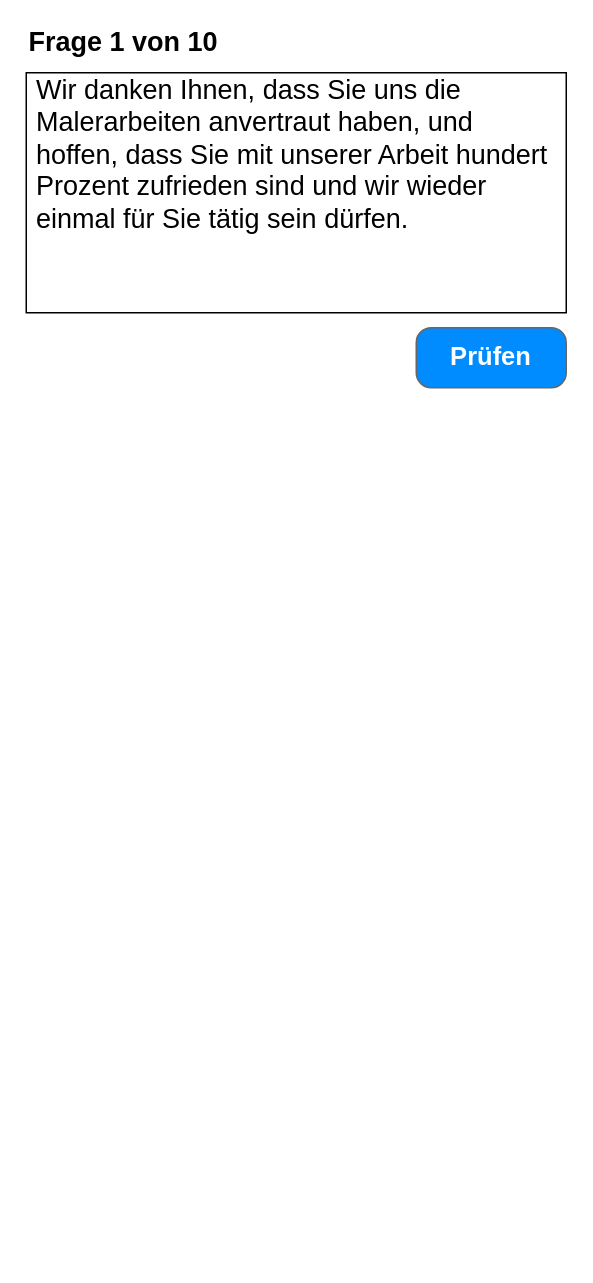
The draw.io diagram diagram/comma-exercice.drawio in patrickamsler/grammar-trainer, before the edit. Source tidied: cells renumbered, new cells numbered last; positions are measured from the earlier drawing's top-left corner, leaving out a move shared by most shapes. Both pictures are drawn from the tidied source at 150%, with x=0, y=0 at pixel (26, 27). Pictures stored in the file or linked from it are replaced by grey dashed boxes.
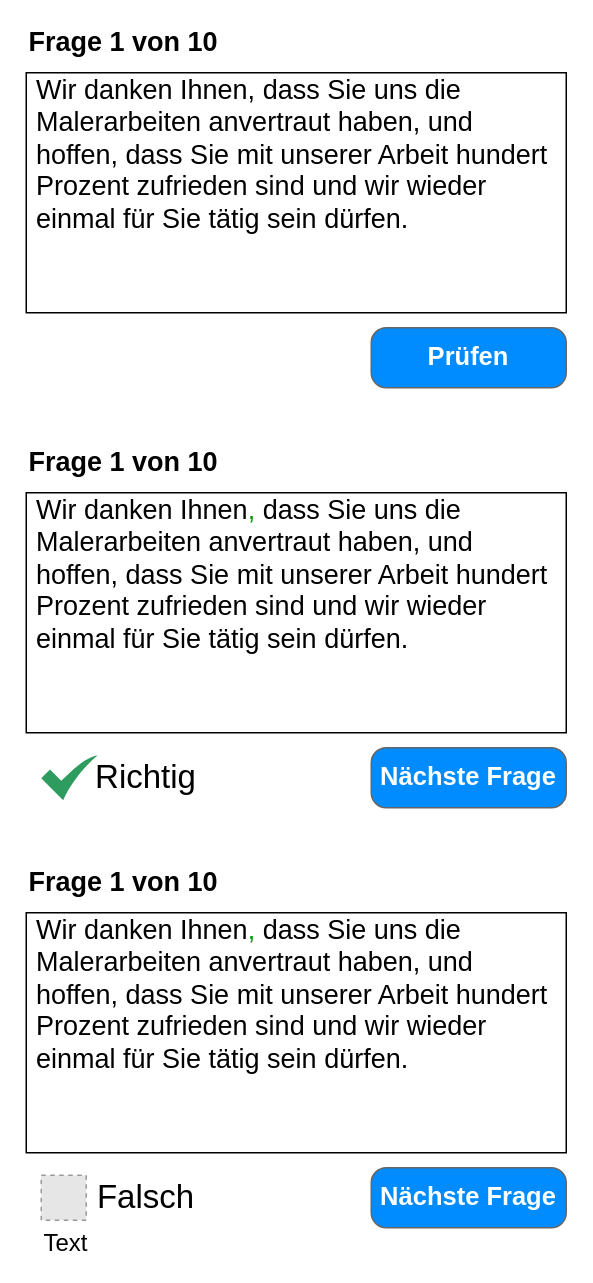
The same diagram, later.

The edit, as a diff of the source:
```diff
@@
     <mxCell id="5" value="Prüfen" style="strokeWidth=1;shadow=0;dashed=0;align=center;html=1;shape=mxgraph.mockup.buttons.button;strokeColor=#666666;fontColor=#ffffff;mainText=;buttonStyle=round;fontSize=17;fontStyle=1;fillColor=#008cff;whiteSpace=wrap;" parent="1" vertex="1">
-      <mxGeometry x="260" y="200" width="100" height="40" as="geometry" />
+      <mxGeometry x="230" y="200" width="130" height="40" as="geometry" />
     </mxCell>
@@
+    <mxCell id="7" style="group;" parent="1" vertex="1">
+      <mxGeometry y="310" width="360" height="160" as="geometry" />
+    </mxCell>
+    <mxCell id="8" style="rounded=0;whiteSpace=wrap;html=1;fontSize=16;align=left;" parent="7" vertex="1">
+      <mxGeometry width="360" height="160" as="geometry" />
+    </mxCell>
+    <mxCell id="9" value="Wir danken Ihnen&lt;font color=&quot;#009900&quot;&gt;,&lt;/font&gt; dass Sie uns die Malerarbeiten anvertraut haben, und hoffen, dass Sie mit unserer Arbeit hundert Prozent zufrieden sind und wir wieder einmal für Sie tätig sein dürfen." style="text;html=1;strokeColor=none;fillColor=none;align=left;verticalAlign=middle;whiteSpace=wrap;rounded=0;fontSize=18;" parent="7" vertex="1">
+      <mxGeometry x="4.5" y="10" width="351" height="90" as="geometry" />
+    </mxCell>
+    <mxCell id="10" value="Nächste Frage" style="strokeWidth=1;shadow=0;dashed=0;align=center;html=1;shape=mxgraph.mockup.buttons.button;strokeColor=#666666;fontColor=#ffffff;mainText=;buttonStyle=round;fontSize=17;fontStyle=1;fillColor=#008cff;whiteSpace=wrap;" parent="1" vertex="1">
+      <mxGeometry x="230" y="480" width="130" height="40" as="geometry" />
+    </mxCell>
+    <mxCell id="11" value="Frage 1 von 10" style="text;html=1;strokeColor=none;fillColor=none;align=center;verticalAlign=middle;whiteSpace=wrap;rounded=0;fontSize=18;fontStyle=1;" parent="1" vertex="1">
+      <mxGeometry y="280" width="130" height="20" as="geometry" />
+    </mxCell>
+    <mxCell id="12" value="Richtig" style="text;html=1;strokeColor=none;fillColor=none;align=center;verticalAlign=middle;whiteSpace=wrap;rounded=0;fontSize=22;fontColor=#000000;" parent="1" vertex="1">
+      <mxGeometry x="40" y="490" width="80" height="20" as="geometry" />
+    </mxCell>
+    <mxCell id="13" style="html=1;strokeColor=none;shadow=0;align=center;verticalAlign=top;fillColor=#2D9C5E;shape=mxgraph.gcp2.check;fontSize=22;fontColor=#000000;" parent="1" vertex="1">
+      <mxGeometry x="10" y="485" width="37.5" height="30" as="geometry" />
+    </mxCell>
+    <mxCell id="14" style="group;" parent="1" vertex="1">
+      <mxGeometry y="590" width="360" height="160" as="geometry" />
+    </mxCell>
+    <mxCell id="15" style="rounded=0;whiteSpace=wrap;html=1;fontSize=16;align=left;" parent="14" vertex="1">
+      <mxGeometry width="360" height="160" as="geometry" />
+    </mxCell>
+    <mxCell id="16" value="Wir danken Ihnen&lt;font color=&quot;#009900&quot;&gt;,&lt;/font&gt; dass Sie uns die Malerarbeiten anvertraut haben, und hoffen, dass Sie mit unserer Arbeit hundert Prozent zufrieden sind und wir wieder einmal für Sie tätig sein dürfen." style="text;html=1;strokeColor=none;fillColor=none;align=left;verticalAlign=middle;whiteSpace=wrap;rounded=0;fontSize=18;" parent="14" vertex="1">
+      <mxGeometry x="4.5" y="10" width="351" height="90" as="geometry" />
+    </mxCell>
+    <mxCell id="17" value="Nächste Frage" style="strokeWidth=1;shadow=0;dashed=0;align=center;html=1;shape=mxgraph.mockup.buttons.button;strokeColor=#666666;fontColor=#ffffff;mainText=;buttonStyle=round;fontSize=17;fontStyle=1;fillColor=#008cff;whiteSpace=wrap;" parent="1" vertex="1">
+      <mxGeometry x="230" y="760" width="130" height="40" as="geometry" />
+    </mxCell>
+    <mxCell id="18" value="Frage 1 von 10" style="text;html=1;strokeColor=none;fillColor=none;align=center;verticalAlign=middle;whiteSpace=wrap;rounded=0;fontSize=18;fontStyle=1;" parent="1" vertex="1">
+      <mxGeometry y="560" width="130" height="20" as="geometry" />
+    </mxCell>
+    <mxCell id="19" value="Falsch" style="text;html=1;strokeColor=none;fillColor=none;align=center;verticalAlign=middle;whiteSpace=wrap;rounded=0;fontSize=22;fontColor=#000000;" parent="1" vertex="1">
+      <mxGeometry x="40" y="770" width="80" height="20" as="geometry" />
+    </mxCell>
+    <mxCell id="20" style="fillColor=#E6E6E6;strokeColor=#999999;dashed=1;html=1;verticalAlign=top;verticalLabelPosition=bottom;labelBackgroundColor=#ffffff;fontSize=22;align=left;" parent="1" vertex="1">
+      <mxGeometry x="10" y="765" width="30" height="30" as="geometry" />
+    </mxCell>
+    <mxCell id="21" value="Text" style="text;html=1;strokeColor=none;fillColor=none;align=left;verticalAlign=middle;whiteSpace=wrap;rounded=0;sketch=0;fontSize=16;fontColor=#000000;" parent="1" vertex="1">
+      <mxGeometry x="10" y="800" width="190" height="20" as="geometry" />
+    </mxCell>
```
